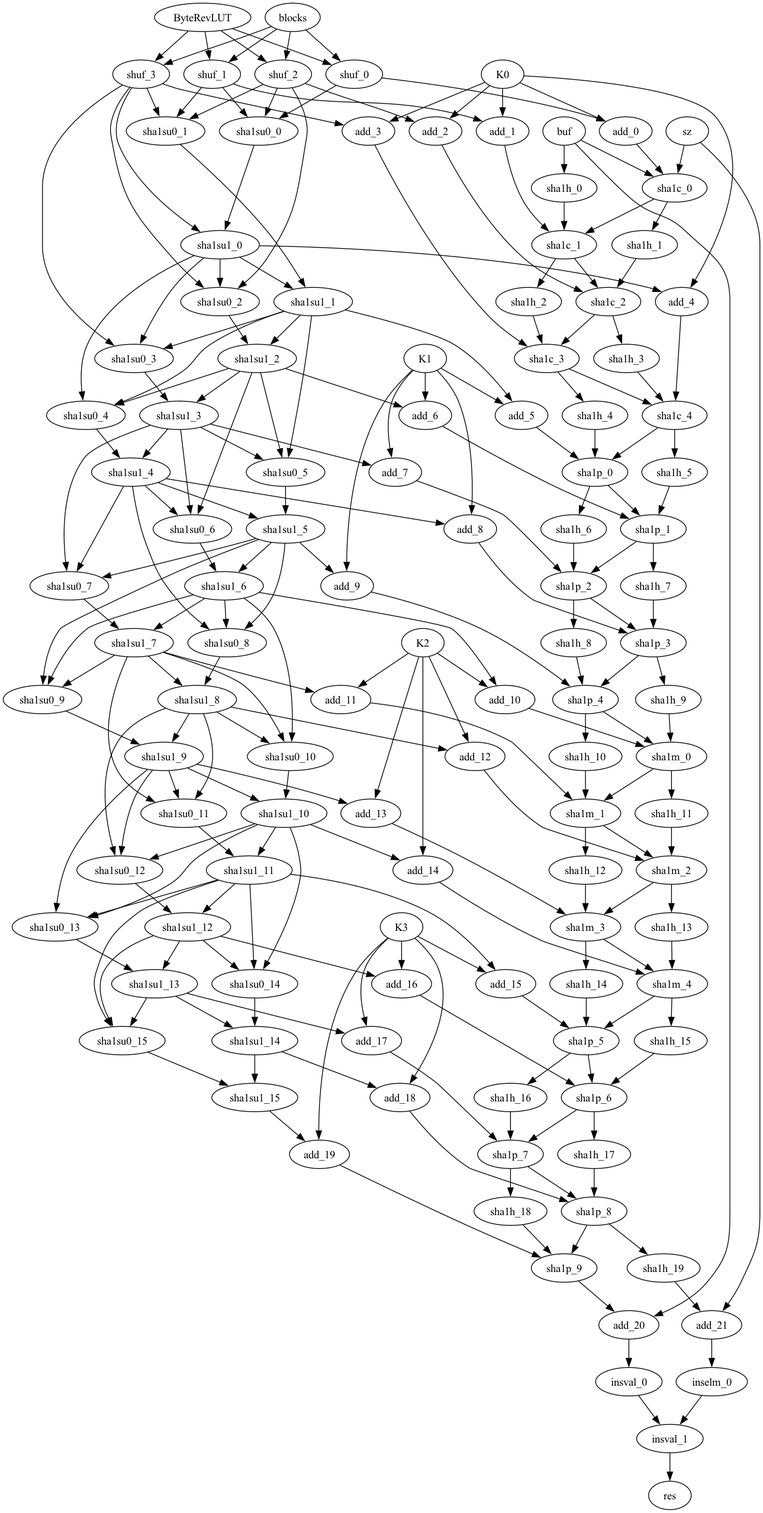
Before: sha1-compress-one-hand-dag.dot.png, a diagram exported from Graphviz (jevinskie/AArch64-SHA-Crypto-Extensions). Its source is kept beside it as sha1-compress-one-hand-dag.dot.
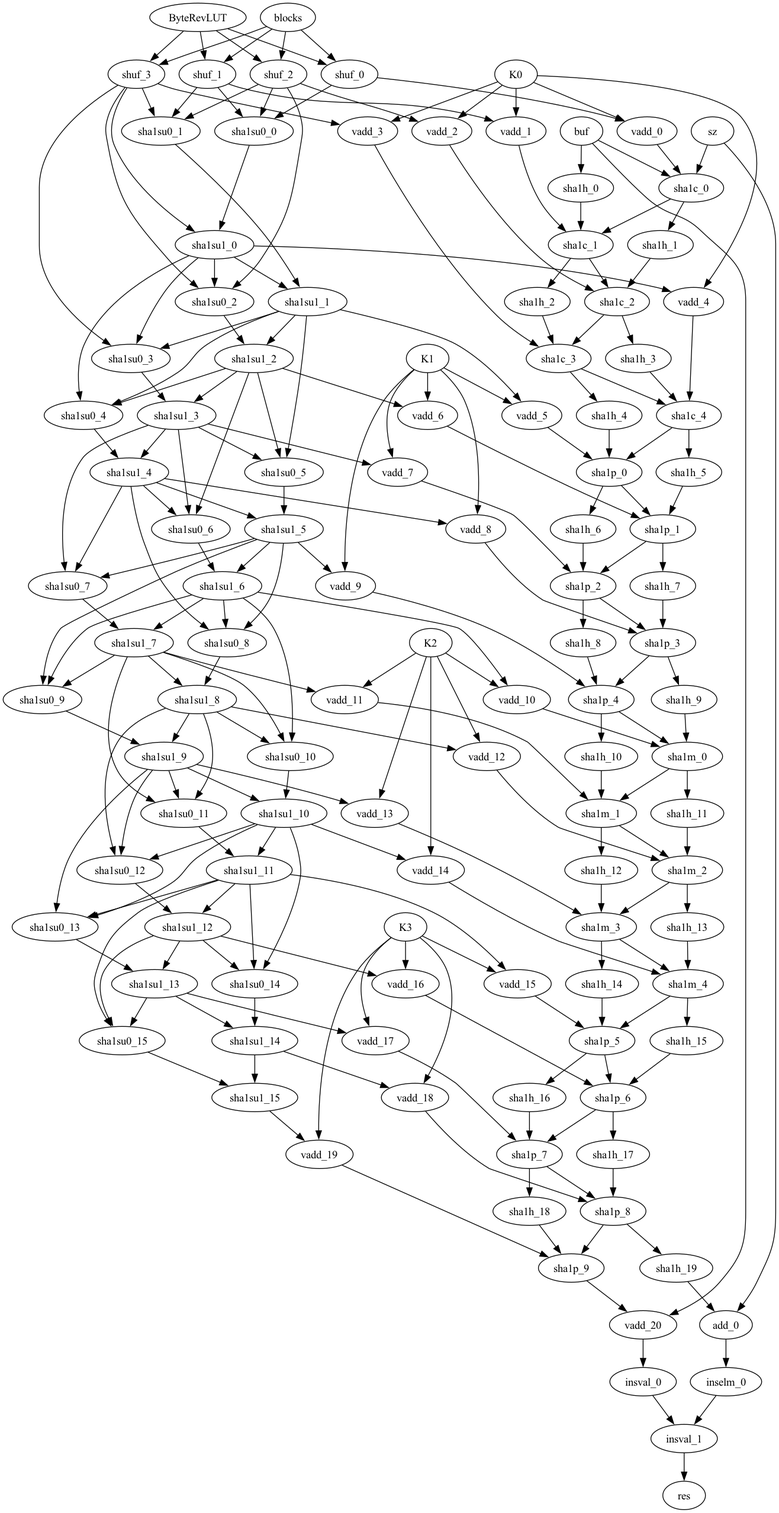
After the change.

Diff of the diagram source:
```diff
@@ -3,46 +3,46 @@
 	blocks -> shuf_1;
 	blocks -> shuf_2;
 	blocks -> shuf_3;
-	shuf_0 -> add_0;
+	shuf_0 -> vadd_0;
 	shuf_0 -> sha1su0_0;
 	ByteRevLUT -> shuf_0;
 	ByteRevLUT -> shuf_1;
 	ByteRevLUT -> shuf_2;
 	ByteRevLUT -> shuf_3;
-	shuf_1 -> add_1;
+	shuf_1 -> vadd_1;
 	shuf_1 -> sha1su0_0;
 	shuf_1 -> sha1su0_1;
-	shuf_2 -> add_2;
+	shuf_2 -> vadd_2;
 	shuf_2 -> sha1su0_0;
 	shuf_2 -> sha1su0_1;
 	shuf_2 -> sha1su0_2;
-	shuf_3 -> add_3;
+	shuf_3 -> vadd_3;
 	shuf_3 -> sha1su1_0;
 	shuf_3 -> sha1su0_1;
 	shuf_3 -> sha1su0_2;
 	shuf_3 -> sha1su0_3;
-	add_0 -> sha1c_0;
-	K0 -> add_0;
-	K0 -> add_1;
-	K0 -> add_2;
-	K0 -> add_3;
-	K0 -> add_4;
-	add_1 -> sha1c_1;
+	vadd_0 -> sha1c_0;
+	K0 -> vadd_0;
+	K0 -> vadd_1;
+	K0 -> vadd_2;
+	K0 -> vadd_3;
+	K0 -> vadd_4;
+	vadd_1 -> sha1c_1;
 	buf -> sha1h_0;
 	buf -> sha1c_0;
-	buf -> add_20;
+	buf -> vadd_20;
 	sha1h_0 -> sha1c_1;
 	sha1c_0 -> sha1h_1;
 	sha1c_0 -> sha1c_1;
 	sz -> sha1c_0;
-	sz -> add_21;
-	add_2 -> sha1c_2;
+	sz -> add_0;
+	vadd_2 -> sha1c_2;
 	sha1su0_0 -> sha1su1_0;
 	sha1h_1 -> sha1c_2;
 	sha1c_1 -> sha1h_2;
 	sha1c_1 -> sha1c_2;
-	add_3 -> sha1c_3;
-	sha1su1_0 -> add_4;
+	vadd_3 -> sha1c_3;
+	sha1su1_0 -> vadd_4;
 	sha1su1_0 -> sha1su1_1;
 	sha1su1_0 -> sha1su0_2;
 	sha1su1_0 -> sha1su0_3;
@@ -51,8 +51,8 @@
 	sha1h_2 -> sha1c_3;
 	sha1c_2 -> sha1h_3;
 	sha1c_2 -> sha1c_3;
-	add_4 -> sha1c_4;
-	sha1su1_1 -> add_5;
+	vadd_4 -> sha1c_4;
+	sha1su1_1 -> vadd_5;
 	sha1su1_1 -> sha1su1_2;
 	sha1su1_1 -> sha1su0_3;
 	sha1su1_1 -> sha1su0_4;
@@ -61,13 +61,13 @@
 	sha1h_3 -> sha1c_4;
 	sha1c_3 -> sha1h_4;
 	sha1c_3 -> sha1c_4;
-	add_5 -> sha1p_0;
-	K1 -> add_5;
-	K1 -> add_6;
-	K1 -> add_7;
-	K1 -> add_8;
-	K1 -> add_9;
-	sha1su1_2 -> add_6;
+	vadd_5 -> sha1p_0;
+	K1 -> vadd_5;
+	K1 -> vadd_6;
+	K1 -> vadd_7;
+	K1 -> vadd_8;
+	K1 -> vadd_9;
+	sha1su1_2 -> vadd_6;
 	sha1su1_2 -> sha1su1_3;
 	sha1su1_2 -> sha1su0_4;
 	sha1su1_2 -> sha1su0_5;
@@ -76,8 +76,8 @@
 	sha1h_4 -> sha1p_0;
 	sha1c_4 -> sha1h_5;
 	sha1c_4 -> sha1p_0;
-	add_6 -> sha1p_1;
-	sha1su1_3 -> add_7;
+	vadd_6 -> sha1p_1;
+	sha1su1_3 -> vadd_7;
 	sha1su1_3 -> sha1su1_4;
 	sha1su1_3 -> sha1su0_5;
 	sha1su1_3 -> sha1su0_6;
@@ -86,8 +86,8 @@
 	sha1h_5 -> sha1p_1;
 	sha1p_0 -> sha1h_6;
 	sha1p_0 -> sha1p_1;
-	add_7 -> sha1p_2;
-	sha1su1_4 -> add_8;
+	vadd_7 -> sha1p_2;
+	sha1su1_4 -> vadd_8;
 	sha1su1_4 -> sha1su1_5;
 	sha1su1_4 -> sha1su0_6;
 	sha1su1_4 -> sha1su0_7;
@@ -96,8 +96,8 @@
 	sha1h_6 -> sha1p_2;
 	sha1p_1 -> sha1h_7;
 	sha1p_1 -> sha1p_2;
-	add_8 -> sha1p_3;
-	sha1su1_5 -> add_9;
+	vadd_8 -> sha1p_3;
+	sha1su1_5 -> vadd_9;
 	sha1su1_5 -> sha1su1_6;
 	sha1su1_5 -> sha1su0_7;
 	sha1su1_5 -> sha1su0_8;
@@ -106,8 +106,8 @@
 	sha1h_7 -> sha1p_3;
 	sha1p_2 -> sha1h_8;
 	sha1p_2 -> sha1p_3;
-	add_9 -> sha1p_4;
-	sha1su1_6 -> add_10;
+	vadd_9 -> sha1p_4;
+	sha1su1_6 -> vadd_10;
 	sha1su1_6 -> sha1su1_7;
 	sha1su1_6 -> sha1su0_8;
 	sha1su1_6 -> sha1su0_9;
@@ -116,13 +116,13 @@
 	sha1h_8 -> sha1p_4;
 	sha1p_3 -> sha1h_9;
 	sha1p_3 -> sha1p_4;
-	add_10 -> sha1m_0;
-	K2 -> add_10;
-	K2 -> add_11;
-	K2 -> add_12;
-	K2 -> add_13;
-	K2 -> add_14;
-	sha1su1_7 -> add_11;
+	vadd_10 -> sha1m_0;
+	K2 -> vadd_10;
+	K2 -> vadd_11;
+	K2 -> vadd_12;
+	K2 -> vadd_13;
+	K2 -> vadd_14;
+	sha1su1_7 -> vadd_11;
 	sha1su1_7 -> sha1su1_8;
 	sha1su1_7 -> sha1su0_9;
 	sha1su1_7 -> sha1su0_10;
@@ -131,8 +131,8 @@
 	sha1h_9 -> sha1m_0;
 	sha1p_4 -> sha1h_10;
 	sha1p_4 -> sha1m_0;
-	add_11 -> sha1m_1;
-	sha1su1_8 -> add_12;
+	vadd_11 -> sha1m_1;
+	sha1su1_8 -> vadd_12;
 	sha1su1_8 -> sha1su1_9;
 	sha1su1_8 -> sha1su0_10;
 	sha1su1_8 -> sha1su0_11;
@@ -141,8 +141,8 @@
 	sha1h_10 -> sha1m_1;
 	sha1m_0 -> sha1h_11;
 	sha1m_0 -> sha1m_1;
-	add_12 -> sha1m_2;
-	sha1su1_9 -> add_13;
+	vadd_12 -> sha1m_2;
+	sha1su1_9 -> vadd_13;
 	sha1su1_9 -> sha1su1_10;
 	sha1su1_9 -> sha1su0_11;
 	sha1su1_9 -> sha1su0_12;
@@ -151,8 +151,8 @@
 	sha1h_11 -> sha1m_2;
 	sha1m_1 -> sha1h_12;
 	sha1m_1 -> sha1m_2;
-	add_13 -> sha1m_3;
-	sha1su1_10 -> add_14;
+	vadd_13 -> sha1m_3;
+	sha1su1_10 -> vadd_14;
 	sha1su1_10 -> sha1su1_11;
 	sha1su1_10 -> sha1su0_12;
 	sha1su1_10 -> sha1su0_13;
@@ -161,8 +161,8 @@
 	sha1h_12 -> sha1m_3;
 	sha1m_2 -> sha1h_13;
 	sha1m_2 -> sha1m_3;
-	add_14 -> sha1m_4;
-	sha1su1_11 -> add_15;
+	vadd_14 -> sha1m_4;
+	sha1su1_11 -> vadd_15;
 	sha1su1_11 -> sha1su1_12;
 	sha1su1_11 -> sha1su0_13;
 	sha1su1_11 -> sha1su0_14;
@@ -171,13 +171,13 @@
 	sha1h_13 -> sha1m_4;
 	sha1m_3 -> sha1h_14;
 	sha1m_3 -> sha1m_4;
-	add_15 -> sha1p_5;
-	K3 -> add_15;
-	K3 -> add_16;
-	K3 -> add_17;
-	K3 -> add_18;
-	K3 -> add_19;
-	sha1su1_12 -> add_16;
+	vadd_15 -> sha1p_5;
+	K3 -> vadd_15;
+	K3 -> vadd_16;
+	K3 -> vadd_17;
+	K3 -> vadd_18;
+	K3 -> vadd_19;
+	sha1su1_12 -> vadd_16;
 	sha1su1_12 -> sha1su1_13;
 	sha1su1_12 -> sha1su0_14;
 	sha1su1_12 -> sha1su0_15;
@@ -185,34 +185,34 @@
 	sha1h_14 -> sha1p_5;
 	sha1m_4 -> sha1h_15;
 	sha1m_4 -> sha1p_5;
-	add_16 -> sha1p_6;
-	sha1su1_13 -> add_17;
+	vadd_16 -> sha1p_6;
+	sha1su1_13 -> vadd_17;
 	sha1su1_13 -> sha1su1_14;
 	sha1su1_13 -> sha1su0_15;
 	sha1su0_14 -> sha1su1_14;
 	sha1h_15 -> sha1p_6;
 	sha1p_5 -> sha1h_16;
 	sha1p_5 -> sha1p_6;
-	add_17 -> sha1p_7;
-	sha1su1_14 -> add_18;
+	vadd_17 -> sha1p_7;
+	sha1su1_14 -> vadd_18;
 	sha1su1_14 -> sha1su1_15;
 	sha1su0_15 -> sha1su1_15;
 	sha1h_16 -> sha1p_7;
 	sha1p_6 -> sha1h_17;
 	sha1p_6 -> sha1p_7;
-	add_18 -> sha1p_8;
-	sha1su1_15 -> add_19;
+	vadd_18 -> sha1p_8;
+	sha1su1_15 -> vadd_19;
 	sha1h_17 -> sha1p_8;
 	sha1p_7 -> sha1h_18;
 	sha1p_7 -> sha1p_8;
-	add_19 -> sha1p_9;
+	vadd_19 -> sha1p_9;
 	sha1h_18 -> sha1p_9;
 	sha1p_8 -> sha1h_19;
 	sha1p_8 -> sha1p_9;
-	sha1h_19 -> add_21;
-	sha1p_9 -> add_20;
-	add_20 -> insval_0;
-	add_21 -> inselm_0;
+	sha1h_19 -> add_0;
+	sha1p_9 -> vadd_20;
+	vadd_20 -> insval_0;
+	add_0 -> inselm_0;
 	inselm_0 -> insval_1;
 	insval_0 -> insval_1;
 	insval_1 -> res;
```
